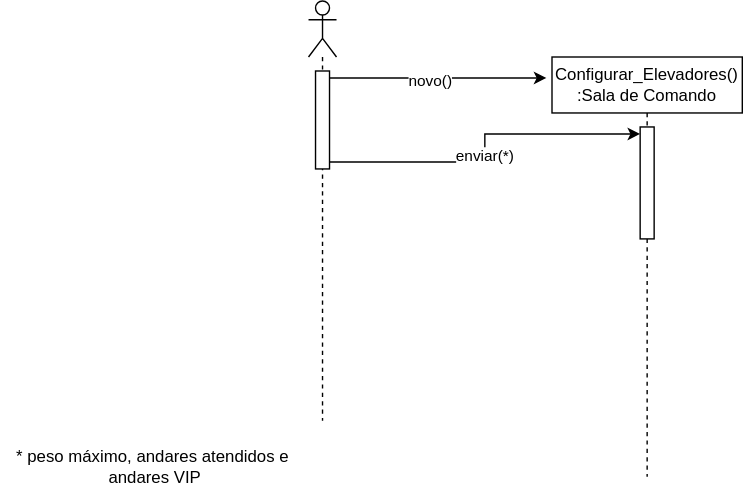
This is Diagrama-Sequencia/configurarElevadores.svg from wholocked1/Projeto-2-modelagem, a draw.io export, as it was before one commit. Source tidied: cells renumbered, new cells last; positions are measured from the earlier drawing's top-left corner, leaving out a move shared by most shapes.
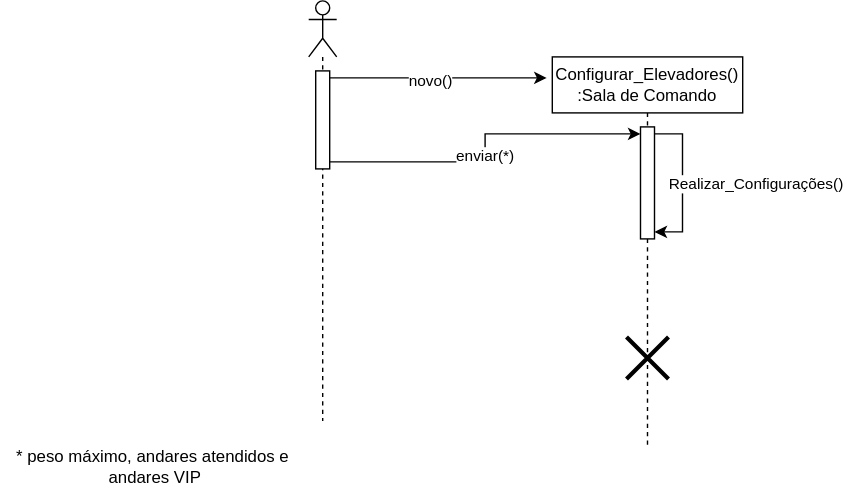
After the commit.

Change to the diagram source:
```diff
@@ -17,11 +17,22 @@
       <mxGeometry x="5" y="50" width="10" height="70" as="geometry" />
     </mxCell>
     <mxCell id="6" value="Configurar_Elevadores()&lt;div&gt;:Sala de Comando&lt;/div&gt;" style="shape=umlLifeline;perimeter=lifelinePerimeter;whiteSpace=wrap;html=1;newEdgeStyle={&quot;curved&quot;:0,&quot;rounded&quot;:0};" parent="1" vertex="1">
-      <mxGeometry x="394" y="40" width="136" height="300" as="geometry" />
+      <mxGeometry x="394" y="40" width="136" height="280" as="geometry" />
     </mxCell>
     <mxCell id="7" style="html=1;points=[[0,0,0,0,5],[0,1,0,0,-5],[1,0,0,0,5],[1,1,0,0,-5]];perimeter=orthogonalPerimeter;outlineConnect=0;targetShapes=umlLifeline;portConstraint=eastwest;newEdgeStyle={&quot;curved&quot;:0,&quot;rounded&quot;:0};" parent="6" vertex="1">
       <mxGeometry x="63" y="50" width="10" height="80" as="geometry" />
     </mxCell>
+    <mxCell id="11" style="shape=umlDestroy;whiteSpace=wrap;html=1;strokeWidth=3;targetShapes=umlLifeline;" parent="6" vertex="1">
+      <mxGeometry x="53" y="200" width="30" height="30" as="geometry" />
+    </mxCell>
+    <mxCell id="12" style="edgeStyle=orthogonalEdgeStyle;rounded=0;orthogonalLoop=1;jettySize=auto;html=1;curved=0;exitX=1;exitY=0;exitDx=0;exitDy=5;exitPerimeter=0;entryX=1;entryY=1;entryDx=0;entryDy=-5;entryPerimeter=0;" parent="6" edge="1" source="7" target="7">
+      <mxGeometry relative="1" as="geometry" />
+    </mxCell>
+    <mxCell id="13" value="Realizar_Configurações()&amp;nbsp;" style="edgeLabel;html=1;align=center;verticalAlign=middle;" parent="12" vertex="1">
+      <mxGeometry x="-0.05" y="4" relative="1" as="geometry">
+        <mxPoint x="49" y="3" as="offset" />
+      </mxGeometry>
+    </mxCell>
     <mxCell id="8" style="edgeStyle=orthogonalEdgeStyle;rounded=0;jettySize=auto;html=1;curved=0;exitX=1;exitY=1;exitDx=0;exitDy=-5;exitPerimeter=0;entryX=0;entryY=0;entryDx=0;entryDy=5;entryPerimeter=0;" parent="1" edge="1" source="5" target="7">
       <mxGeometry relative="1" as="geometry" />
     </mxCell>
```
